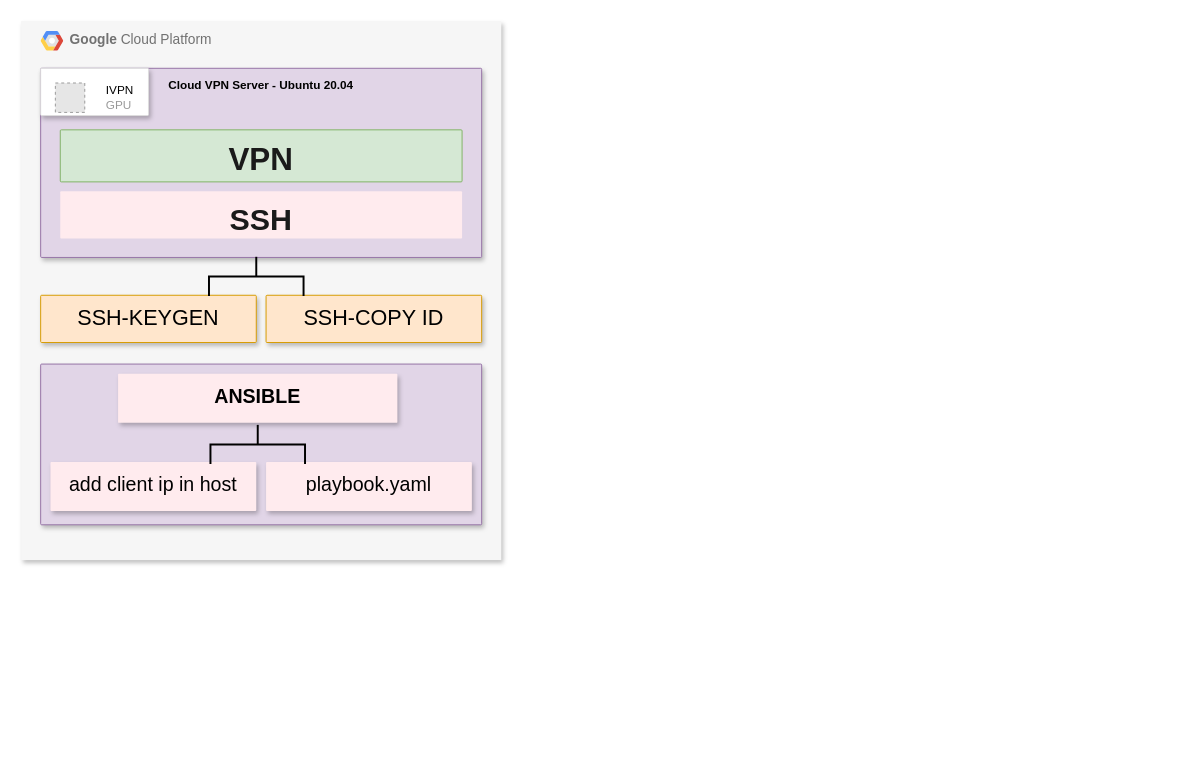
naveen09111997/IOT6.5_BSP keeps this draw.io diagram as Untitled Diagram.drawio. Above is the earlier version. Source tidied: cells renumbered, new cells numbered last; positions are measured from the earlier drawing's top-left corner, leaving out a move shared by most shapes. Both pictures are drawn from the tidied source at 98%, with x=0, y=0 at pixel (21, 21). Pictures stored in the file or linked from it are replaced by grey dashed boxes.
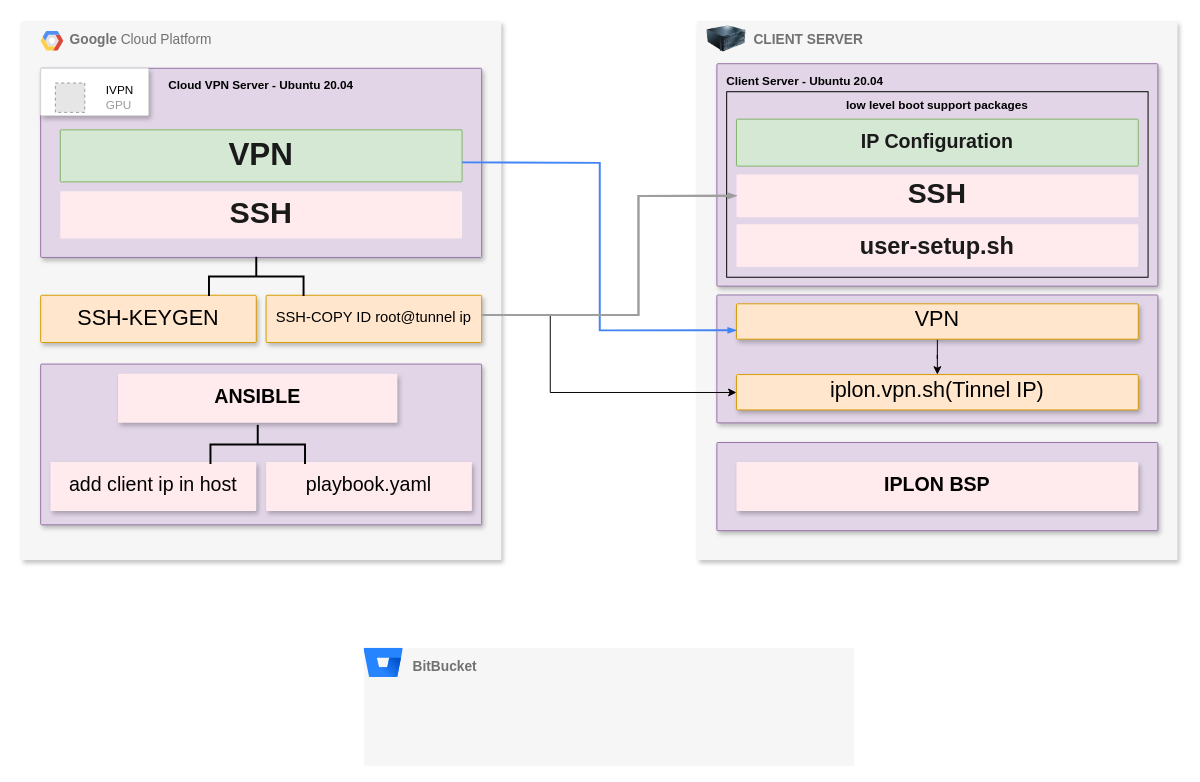
Above is the later version.

The change refers to these unchanged cells:
```xml
<mxCell id="2" value="&lt;b&gt;Google &lt;/b&gt;Cloud Platform" style="fillColor=#F6F6F6;strokeColor=none;shadow=1;gradientColor=none;fontSize=14;align=left;spacing=10;fontColor=#717171;9E9E9E;verticalAlign=top;spacingTop=-4;fontStyle=0;spacingLeft=40;html=1;whiteSpace=wrap;rounded=0;" parent="1" vertex="1">
  <mxGeometry width="490" height="550" as="geometry" />
</mxCell>
```

The edit, as a diff of the source:
```diff
@@
-    <mxCell id="7" value="&lt;font color=&quot;#1a1a1a&quot; style=&quot;font-size: 32px;&quot;&gt;&lt;b&gt;VPN&lt;/b&gt;&lt;/font&gt;" style="sketch=0;rounded=1;absoluteArcSize=1;arcSize=2;html=1;strokeColor=#82b366;shadow=0;dashed=0;fontSize=12;align=center;verticalAlign=top;spacing=10;spacingTop=-4;whiteSpace=wrap;fillColor=#d5e8d4;" parent="2" vertex="1">
+    <mxCell id="7" value="&lt;font color=&quot;#1a1a1a&quot; style=&quot;font-size: 32px;&quot;&gt;&lt;b&gt;VPN&lt;/b&gt;&lt;/font&gt;" style="sketch=0;rounded=1;absoluteArcSize=1;arcSize=2;html=1;strokeColor=#82b366;shadow=0;dashed=0;fontSize=12;align=center;verticalAlign=middle;spacing=10;spacingTop=-4;whiteSpace=wrap;fillColor=#d5e8d4;" parent="2" vertex="1">
       <mxGeometry x="40" y="111" width="410" height="53.1" as="geometry" />
     </mxCell>
-    <mxCell id="8" value="&lt;b&gt;&lt;font color=&quot;#1a1a1a&quot; style=&quot;font-size: 31px;&quot;&gt;SSH&lt;/font&gt;&lt;/b&gt;" style="sketch=0;rounded=1;absoluteArcSize=1;arcSize=2;html=1;strokeColor=none;gradientColor=none;shadow=0;dashed=0;fontSize=12;fontColor=#9E9E9E;align=center;verticalAlign=top;spacing=10;spacingTop=-4;whiteSpace=wrap;fillColor=#FFEBEE;" parent="2" vertex="1">
+    <mxCell id="8" value="&lt;b&gt;&lt;font color=&quot;#1a1a1a&quot; style=&quot;font-size: 31px;&quot;&gt;SSH&lt;/font&gt;&lt;/b&gt;" style="sketch=0;rounded=1;absoluteArcSize=1;arcSize=2;html=1;strokeColor=none;gradientColor=none;shadow=0;dashed=0;fontSize=12;fontColor=#9E9E9E;align=center;verticalAlign=middle;spacing=10;spacingTop=-4;whiteSpace=wrap;fillColor=#FFEBEE;" parent="2" vertex="1">
       <mxGeometry x="40" y="173.7" width="410" height="48.2" as="geometry" />
     </mxCell>
@@
-    <mxCell id="10" value="&lt;font style=&quot;font-size: 22px;&quot;&gt;SSH-COPY ID&lt;/font&gt;" style="sketch=0;rounded=1;absoluteArcSize=1;arcSize=2;html=1;strokeColor=#d79b00;shadow=1;dashed=0;fontSize=12;align=center;verticalAlign=top;spacing=10;spacingTop=-4;whiteSpace=wrap;fillColor=#ffe6cc;" parent="2" vertex="1">
+    <mxCell id="10" value="&lt;font style=&quot;font-size: 15px;&quot;&gt;SSH-COPY ID root@tunnel ip&lt;/font&gt;" style="sketch=0;rounded=1;absoluteArcSize=1;arcSize=2;html=1;strokeColor=#d79b00;shadow=1;dashed=0;fontSize=12;align=center;verticalAlign=middle;spacing=10;spacingTop=-4;whiteSpace=wrap;fillColor=#ffe6cc;" parent="2" vertex="1">
       <mxGeometry x="250" y="279.8" width="220" height="48.2" as="geometry" />
     </mxCell>
@@
+    <mxCell id="17" value="&lt;b&gt;&amp;nbsp; CLIENT SERVER&lt;/b&gt;" style="fillColor=#F6F6F6;strokeColor=none;shadow=1;gradientColor=none;fontSize=14;align=left;spacing=10;fontColor=#717171;9E9E9E;verticalAlign=top;spacingTop=-4;fontStyle=0;spacingLeft=40;html=1;whiteSpace=wrap;rounded=0;" parent="1" vertex="1">
+      <mxGeometry x="690" width="490" height="550" as="geometry" />
+    </mxCell>
+    <mxCell id="18" value="&lt;b&gt;Client Server - Ubuntu 20.04&lt;/b&gt;" style="sketch=0;rounded=1;absoluteArcSize=1;arcSize=2;html=1;strokeColor=#9673a6;shadow=1;dashed=0;fontSize=12;align=left;verticalAlign=top;spacing=10;spacingTop=-4;whiteSpace=wrap;fillColor=#e1d5e7;" parent="17" vertex="1">
+      <mxGeometry x="20" y="43.5" width="450" height="227" as="geometry" />
+    </mxCell>
+    <mxCell id="19" style="rounded=0;whiteSpace=wrap;html=1;fillColor=none;" parent="17" vertex="1">
+      <mxGeometry x="30" y="72.1" width="430" height="189.3" as="geometry" />
+    </mxCell>
+    <mxCell id="20" value="&lt;font size=&quot;1&quot; color=&quot;#1a1a1a&quot;&gt;&lt;b style=&quot;font-size: 20px;&quot;&gt;IP Configuration&lt;/b&gt;&lt;/font&gt;" style="sketch=0;rounded=1;absoluteArcSize=1;arcSize=2;html=1;strokeColor=#82b366;shadow=0;dashed=0;fontSize=12;align=center;verticalAlign=middle;spacing=10;spacingTop=-4;whiteSpace=wrap;fillColor=#d5e8d4;" parent="17" vertex="1">
+      <mxGeometry x="40" y="100.1" width="410" height="47.9" as="geometry" />
+    </mxCell>
+    <mxCell id="21" value="&lt;b&gt;&lt;font color=&quot;#1a1a1a&quot; style=&quot;font-size: 29px;&quot;&gt;SSH&lt;/font&gt;&lt;/b&gt;" style="sketch=0;points=[[0,0,0],[0.25,0,0],[0.5,0,0],[0.75,0,0],[1,0,0],[1,0.25,0],[1,0.5,0],[1,0.75,0],[1,1,0],[0.75,1,0],[0.5,1,0],[0.25,1,0],[0,1,0],[0,0.75,0],[0,0.5,0],[0,0.25,0]];rounded=1;absoluteArcSize=1;arcSize=2;html=1;strokeColor=none;gradientColor=none;shadow=0;dashed=0;fontSize=12;fontColor=#9E9E9E;align=center;verticalAlign=middle;spacing=10;spacingTop=-4;whiteSpace=wrap;fillColor=#FFEBEE;" parent="17" vertex="1">
+      <mxGeometry x="40" y="156.6" width="410" height="43.5" as="geometry" />
+    </mxCell>
+    <mxCell id="22" style="image;html=1;image=img/lib/clip_art/computers/Server_128x128.png;" parent="17" vertex="1">
+      <mxGeometry x="10" width="40" height="36.1" as="geometry" />
+    </mxCell>
+    <mxCell id="23" value="low level boot support packages" style="text;html=1;strokeColor=none;fillColor=none;align=center;verticalAlign=middle;whiteSpace=wrap;rounded=0;fontStyle=1;" parent="17" vertex="1">
+      <mxGeometry x="145" y="72.1" width="200" height="27" as="geometry" />
+    </mxCell>
+    <mxCell id="24" value="&lt;font color=&quot;#1a1a1a&quot;&gt;&lt;span style=&quot;font-size: 31px;&quot;&gt;&lt;b style=&quot;font-size: 24px;&quot;&gt;user-setup.sh&lt;/b&gt;&lt;/span&gt;&lt;/font&gt;" style="sketch=0;rounded=1;absoluteArcSize=1;arcSize=2;html=1;strokeColor=none;gradientColor=none;shadow=0;dashed=0;fontSize=12;fontColor=#9E9E9E;align=center;verticalAlign=middle;spacing=10;spacingTop=-4;whiteSpace=wrap;fillColor=#FFEBEE;" parent="17" vertex="1">
+      <mxGeometry x="40" y="207.4" width="410" height="43.5" as="geometry" />
+    </mxCell>
+    <mxCell id="25" style="sketch=0;rounded=1;absoluteArcSize=1;arcSize=2;html=1;strokeColor=#9673a6;shadow=1;dashed=0;fontSize=12;align=left;verticalAlign=top;spacing=10;spacingTop=-4;whiteSpace=wrap;fillColor=#e1d5e7;" parent="17" vertex="1">
+      <mxGeometry x="20" y="279.5" width="450" height="130.5" as="geometry" />
+    </mxCell>
+    <mxCell id="26" style="edgeStyle=orthogonalEdgeStyle;rounded=0;jettySize=auto;html=1;entryX=0.5;entryY=0;entryDx=0;entryDy=0;entryPerimeter=0;" parent="17" edge="1" source="27" target="29">
+      <mxGeometry relative="1" as="geometry" />
+    </mxCell>
+    <mxCell id="27" value="&lt;span style=&quot;font-size: 22px;&quot;&gt;VPN&lt;/span&gt;" style="sketch=0;points=[[0,0,0],[0.25,0,0],[0.5,0,0],[0.75,0,0],[1,0,0],[1,0.25,0],[1,0.5,0],[1,0.75,0],[1,1,0],[0.75,1,0],[0.5,1,0],[0.25,1,0],[0,1,0],[0,0.75,0],[0,0.5,0],[0,0.25,0]];rounded=1;absoluteArcSize=1;arcSize=2;html=1;strokeColor=#d79b00;shadow=1;dashed=0;fontSize=12;align=center;verticalAlign=middle;spacing=10;spacingTop=-4;whiteSpace=wrap;fillColor=#ffe6cc;" parent="17" vertex="1">
+      <mxGeometry x="40" y="288.5" width="410" height="36.1" as="geometry" />
+    </mxCell>
+    <mxCell id="28" style="edgeStyle=orthogonalEdgeStyle;rounded=0;jettySize=auto;html=1;" parent="17" edge="1" target="29">
+      <mxGeometry relative="1" as="geometry">
+        <mxPoint x="-150" y="300" as="sourcePoint" />
+        <Array as="points">
+          <mxPoint x="-150" y="379" />
+        </Array>
+      </mxGeometry>
+    </mxCell>
+    <mxCell id="29" value="&lt;span style=&quot;font-size: 22px;&quot;&gt;iplon.vpn.sh(Tinnel IP)&lt;/span&gt;" style="sketch=0;points=[[0,0,0],[0.25,0,0],[0.5,0,0],[0.75,0,0],[1,0,0],[1,0.25,0],[1,0.5,0],[1,0.75,0],[1,1,0],[0.75,1,0],[0.5,1,0],[0.25,1,0],[0,1,0],[0,0.75,0],[0,0.5,0],[0,0.25,0]];rounded=1;absoluteArcSize=1;arcSize=2;html=1;strokeColor=#d79b00;shadow=1;dashed=0;fontSize=12;align=center;verticalAlign=middle;spacing=10;spacingTop=-4;whiteSpace=wrap;fillColor=#ffe6cc;" parent="17" vertex="1">
+      <mxGeometry x="40" y="360.7" width="410" height="36.1" as="geometry" />
+    </mxCell>
+    <mxCell id="30" style="sketch=0;rounded=1;absoluteArcSize=1;arcSize=2;html=1;strokeColor=#9673a6;shadow=1;dashed=0;fontSize=12;align=left;verticalAlign=top;spacing=10;spacingTop=-4;whiteSpace=wrap;fillColor=#e1d5e7;" parent="17" vertex="1">
+      <mxGeometry x="20" y="430" width="450" height="90" as="geometry" />
+    </mxCell>
+    <mxCell id="31" value="&lt;b&gt;&lt;font color=&quot;#000000&quot; style=&quot;font-size: 20px;&quot;&gt;IPLON BSP&lt;/font&gt;&lt;/b&gt;" style="sketch=0;rounded=1;absoluteArcSize=1;arcSize=2;html=1;strokeColor=none;gradientColor=none;shadow=1;dashed=0;fontSize=12;fontColor=#9E9E9E;align=center;verticalAlign=top;spacing=10;spacingTop=-4;whiteSpace=wrap;fillColor=#FFEBEE;" parent="17" vertex="1">
+      <mxGeometry x="40" y="450" width="410" height="50" as="geometry" />
+    </mxCell>
+    <mxCell id="32" style="edgeStyle=orthogonalEdgeStyle;fontSize=12;html=1;endArrow=blockThin;endFill=1;rounded=0;strokeWidth=2;endSize=4;startSize=4;dashed=0;strokeColor=#4284F3;entryX=0;entryY=0.75;entryDx=0;entryDy=0;entryPerimeter=0;" parent="1" edge="1" target="27">
+      <mxGeometry relative="1" as="geometry">
+        <mxPoint x="450" y="144.2" as="sourcePoint" />
+      </mxGeometry>
+    </mxCell>
+    <mxCell id="33" style="edgeStyle=orthogonalEdgeStyle;fontSize=12;html=1;endArrow=blockThin;endFill=1;rounded=0;strokeWidth=2;endSize=4;startSize=4;dashed=0;strokeColor=#9E9E9E;entryX=0;entryY=0.5;entryDx=0;entryDy=0;entryPerimeter=0;" parent="1" edge="1" target="21">
+      <mxGeometry relative="1" as="geometry">
+        <mxPoint x="470" y="300" as="sourcePoint" />
+        <Array as="points">
+          <mxPoint x="630" y="300" />
+          <mxPoint x="630" y="178" />
+        </Array>
+      </mxGeometry>
+    </mxCell>
+    <mxCell id="34" style="edgeStyle=orthogonalEdgeStyle;fontSize=12;html=1;endArrow=blockThin;endFill=1;rounded=0;strokeWidth=2;endSize=4;startSize=4;dashed=0;strokeColor=#9E9E9E;entryX=0;entryY=0.5;entryDx=0;entryDy=0;entryPerimeter=0;" parent="1" edge="1" target="21">
+      <mxGeometry relative="1" as="geometry">
+        <mxPoint x="470" y="300" as="sourcePoint" />
+        <Array as="points">
+          <mxPoint x="630" y="300" />
+          <mxPoint x="630" y="178" />
+        </Array>
+      </mxGeometry>
+    </mxCell>
+    <mxCell id="35" value="&lt;b&gt;BitBucket&lt;/b&gt;" style="fillColor=#F6F6F6;strokeColor=none;shadow=0;gradientColor=none;fontSize=14;align=left;spacing=10;fontColor=#717171;9E9E9E;verticalAlign=top;spacingTop=-4;fontStyle=0;spacingLeft=40;html=1;whiteSpace=wrap;" parent="1" vertex="1">
+      <mxGeometry x="350" y="640" width="500" height="120" as="geometry" />
+    </mxCell>
+    <mxCell id="36" style="image;html=1;image=img/lib/atlassian/Bitbucket_Logo.svg;" parent="1" vertex="1">
+      <mxGeometry x="350" y="640" width="40" height="30" as="geometry" />
+    </mxCell>
```
